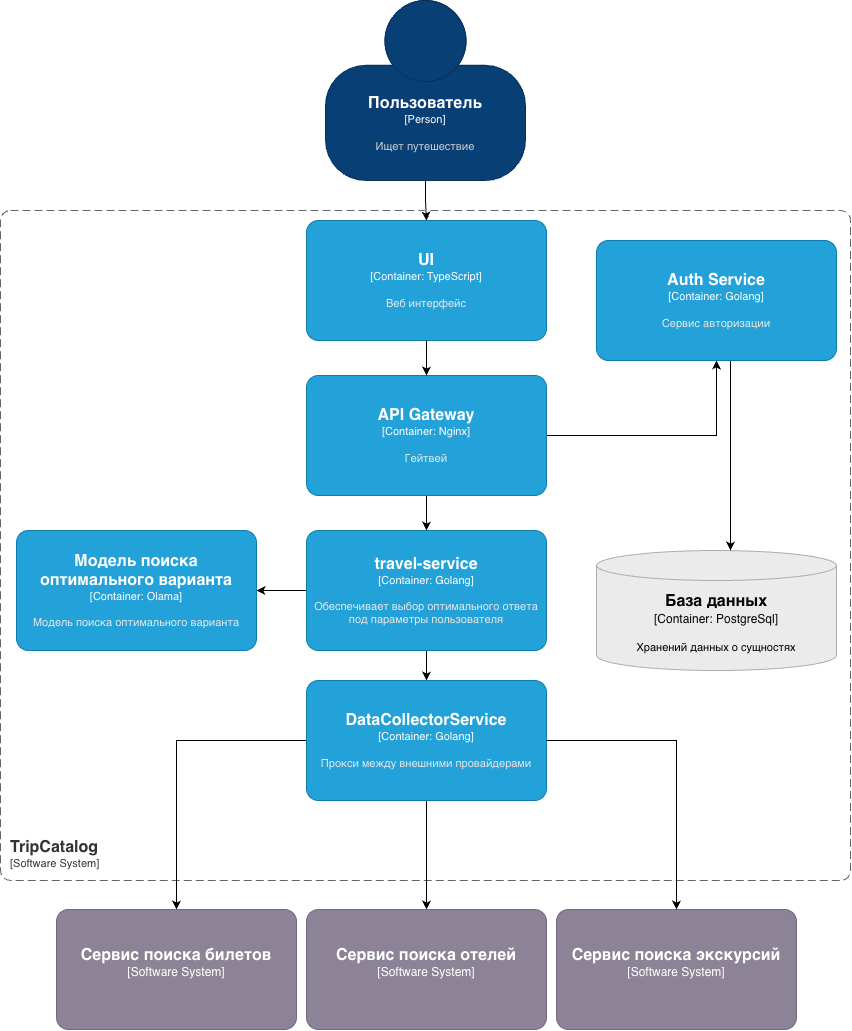
Above: docs/img/C4-l2.png in jur4ikoff/inference-platform (draw.io), before the change. Source tidied: cells renumbered, new cells last; positions are measured from the earlier drawing's top-left corner, leaving out a move shared by most shapes.
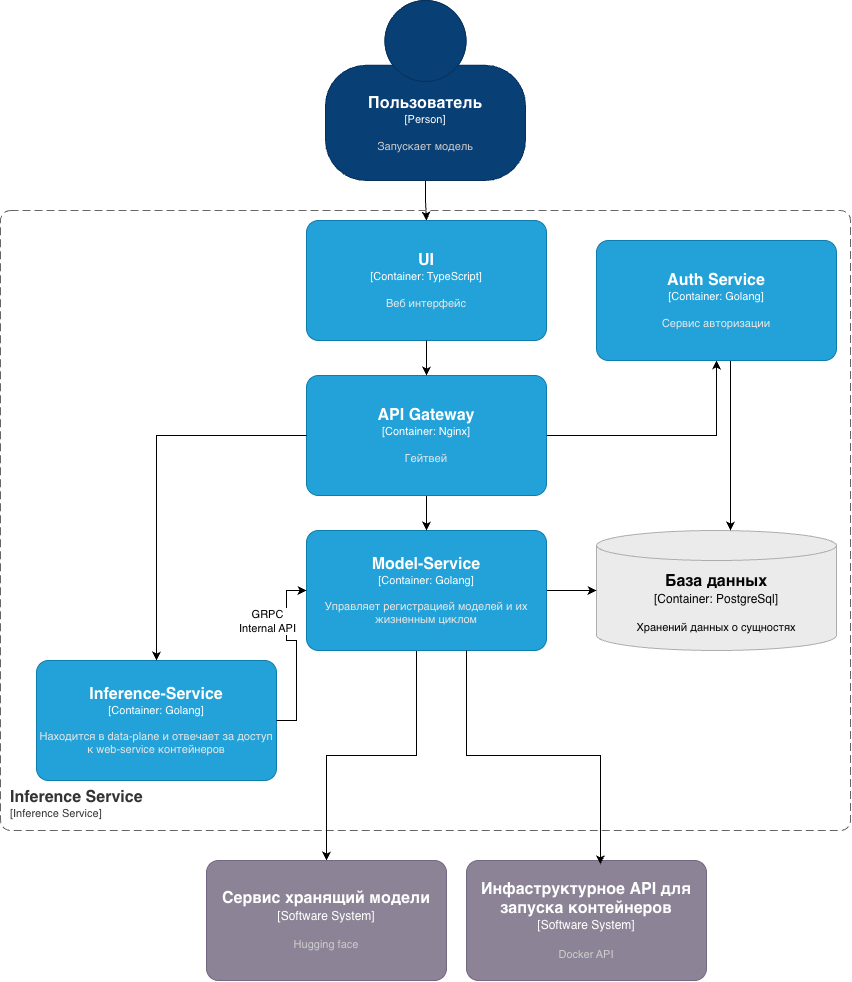
After the commit.

What changed in the source:
```diff
@@ -5,17 +5,17 @@
     <mxCell id="2" style="edgeStyle=orthogonalEdgeStyle;rounded=0;jettySize=auto;html=1;exitX=0.5;exitY=1;exitDx=0;exitDy=0;exitPerimeter=0;entryX=0.5;entryY=0;entryDx=0;entryDy=0;entryPerimeter=0;" parent="1" edge="1" source="5" target="6">
       <mxGeometry relative="1" as="geometry" />
     </mxCell>
-    <object id="3" label="&lt;font style=&quot;font-size: 16px&quot;&gt;&lt;b&gt;&lt;div style=&quot;text-align: left&quot;&gt;%c4Name%&lt;/div&gt;&lt;/b&gt;&lt;/font&gt;&lt;div style=&quot;text-align: left&quot;&gt;[%c4Application%]&lt;/div&gt;" c4Application="Software System" c4Name="TripCatalog" c4Type="SystemScopeBoundary" placeholders="1">
+    <object id="3" label="&lt;font style=&quot;font-size: 16px&quot;&gt;&lt;b&gt;&lt;div style=&quot;text-align: left&quot;&gt;%c4Name%&lt;/div&gt;&lt;/b&gt;&lt;/font&gt;&lt;div style=&quot;text-align: left&quot;&gt;[%c4Application%]&lt;/div&gt;" c4Application="Inference Service" c4Name="Inference Service" c4Type="SystemScopeBoundary" placeholders="1">
       <mxCell style="rounded=1;fontSize=11;whiteSpace=wrap;html=1;dashed=1;arcSize=20;fillColor=none;strokeColor=#666666;fontColor=#333333;labelBackgroundColor=none;align=left;verticalAlign=bottom;labelBorderColor=none;spacingTop=0;spacing=10;dashPattern=8 4;perimeter=rectanglePerimeter;noLabel=0;labelPadding=0;absoluteArcSize=1;" parent="1" vertex="1">
-        <mxGeometry y="210" width="850" height="670" as="geometry" />
+        <mxGeometry y="210" width="850" height="620" as="geometry" />
       </mxCell>
     </object>
     <object id="4" label="&lt;font style=&quot;font-size: 16px&quot;&gt;&lt;b&gt;%c4Name%&lt;/b&gt;&lt;/font&gt;&lt;div&gt;[%c4Type%:&amp;nbsp;%c4Technology%]&lt;/div&gt;&lt;br&gt;&lt;div&gt;&lt;font style=&quot;font-size: 11px&quot;&gt;&lt;font&gt;%c4Description%&lt;/font&gt;&lt;/font&gt;&lt;/div&gt;" c4Description="Хранений данных о сущностях" c4Name="База данных" c4Technology="PostgreSql" c4Type="Container" placeholders="1">
       <mxCell style="shape=cylinder3;size=15;whiteSpace=wrap;html=1;boundedLbl=1;rounded=0;labelBackgroundColor=none;fillColor=#EBEBEB;fontSize=12;fontColor=#050505;align=center;strokeColor=#ADADAD;points=[[0.5,0,0],[1,0.25,0],[1,0.5,0],[1,0.75,0],[0.5,1,0],[0,0.75,0],[0,0.5,0],[0,0.25,0]];" parent="1" vertex="1">
-        <mxGeometry x="596" y="550" width="240" height="120" as="geometry" />
+        <mxGeometry x="596" y="530" width="240" height="120" as="geometry" />
       </mxCell>
     </object>
-    <object id="5" label="&lt;font style=&quot;font-size: 16px&quot;&gt;&lt;b&gt;%c4Name%&lt;/b&gt;&lt;/font&gt;&lt;div&gt;[%c4Type%]&lt;/div&gt;&lt;br&gt;&lt;div&gt;&lt;font style=&quot;font-size: 11px&quot;&gt;&lt;font color=&quot;#cccccc&quot;&gt;%c4Description%&lt;/font&gt;&lt;/div&gt;" c4Description="Ищет путешествие" c4Name="Пользователь" c4Type="Person" placeholders="1">
+    <object id="5" label="&lt;font style=&quot;font-size: 16px&quot;&gt;&lt;b&gt;%c4Name%&lt;/b&gt;&lt;/font&gt;&lt;div&gt;[%c4Type%]&lt;/div&gt;&lt;br&gt;&lt;div&gt;&lt;font style=&quot;font-size: 11px&quot;&gt;&lt;font color=&quot;#cccccc&quot;&gt;%c4Description%&lt;/font&gt;&lt;/div&gt;" c4Description="Запускает модель" c4Name="Пользователь" c4Type="Person" placeholders="1">
       <mxCell style="html=1;fontSize=11;dashed=0;whiteSpace=wrap;fillColor=#083F75;strokeColor=#06315C;fontColor=#ffffff;shape=mxgraph.c4.person2;align=center;points=[[0.5,0,0],[1,0.5,0],[1,0.75,0],[0.75,1,0],[0.5,1,0],[0.25,1,0],[0,0.75,0],[0,0.5,0]];" parent="1" vertex="1">
         <mxGeometry x="325" width="200" height="180" as="geometry" />
       </mxCell>
@@ -25,48 +25,32 @@
         <mxGeometry x="306" y="220" width="240" height="120" as="geometry" />
       </mxCell>
     </object>
-    <mxCell id="7" style="edgeStyle=orthogonalEdgeStyle;rounded=0;jettySize=auto;html=1;" parent="1" edge="1" source="9" target="12">
-      <mxGeometry relative="1" as="geometry" />
-    </mxCell>
-    <mxCell id="8" style="edgeStyle=orthogonalEdgeStyle;rounded=0;jettySize=auto;html=1;" parent="1" edge="1" source="9" target="23">
-      <mxGeometry relative="1" as="geometry" />
-    </mxCell>
+    <mxCell id="24" style="edgeStyle=orthogonalEdgeStyle;rounded=0;jettySize=auto;html=1;" parent="1" edge="1" source="9" target="4">
+      <mxGeometry relative="1" as="geometry" />
+    </mxCell>
+    <mxCell id="25" style="edgeStyle=orthogonalEdgeStyle;rounded=0;jettySize=auto;html=1;" parent="1" edge="1" source="9" target="13">
+      <mxGeometry x="-0.03" relative="1" as="geometry">
+        <Array as="points">
+          <mxPoint x="416" y="755" />
+          <mxPoint x="326" y="755" />
+        </Array>
+      </mxGeometry>
+    </mxCell>
-    <object id="9" label="&lt;font style=&quot;font-size: 16px&quot;&gt;&lt;b&gt;%c4Name%&lt;/b&gt;&lt;/font&gt;&lt;div&gt;[%c4Type%: %c4Technology%]&lt;/div&gt;&lt;br&gt;&lt;div&gt;&lt;font style=&quot;font-size: 11px&quot;&gt;&lt;font color=&quot;#E6E6E6&quot;&gt;%c4Description%&lt;/font&gt;&lt;/div&gt;" c4Description="Обеспечивает выбор оптимального ответа под параметры пользователя" c4Name="travel-service" c4Technology="Golang" c4Type="Container" placeholders="1">
+    <object id="9" label="&lt;font style=&quot;font-size: 16px&quot;&gt;&lt;b&gt;%c4Name%&lt;/b&gt;&lt;/font&gt;&lt;div&gt;[%c4Type%: %c4Technology%]&lt;/div&gt;&lt;br&gt;&lt;div&gt;&lt;font style=&quot;font-size: 11px&quot;&gt;&lt;font color=&quot;#E6E6E6&quot;&gt;%c4Description%&lt;/font&gt;&lt;/div&gt;" c4Description="Управляет регистрацией моделей и их жизненным циклом" c4Name="Model-Service" c4Technology="Golang" c4Type="Container" placeholders="1">
       <mxCell style="rounded=1;whiteSpace=wrap;html=1;fontSize=11;labelBackgroundColor=none;fillColor=#23A2D9;fontColor=#ffffff;align=center;arcSize=10;strokeColor=#0E7DAD;points=[[0.25,0,0],[0.5,0,0],[0.75,0,0],[1,0.25,0],[1,0.5,0],[1,0.75,0],[0.75,1,0],[0.5,1,0],[0.25,1,0],[0,0.75,0],[0,0.5,0],[0,0.25,0]];" parent="1" vertex="1">
         <mxGeometry x="306" y="530" width="240" height="120" as="geometry" />
       </mxCell>
     </object>
-    <mxCell id="10" style="edgeStyle=orthogonalEdgeStyle;rounded=0;jettySize=auto;html=1;" parent="1" edge="1" source="12" target="14">
-      <mxGeometry relative="1" as="geometry">
-        <Array as="points">
-          <mxPoint x="406" y="920" />
-          <mxPoint x="406" y="920" />
-        </Array>
-      </mxGeometry>
-    </mxCell>
-    <mxCell id="11" style="edgeStyle=orthogonalEdgeStyle;rounded=0;jettySize=auto;html=1;" parent="1" edge="1" source="12" target="13">
-      <mxGeometry relative="1" as="geometry" />
-    </mxCell>
-    <object id="12" label="&lt;font style=&quot;font-size: 16px&quot;&gt;&lt;b&gt;%c4Name%&lt;/b&gt;&lt;/font&gt;&lt;div&gt;[%c4Type%: %c4Technology%]&lt;/div&gt;&lt;br&gt;&lt;div&gt;&lt;font style=&quot;font-size: 11px&quot;&gt;&lt;font color=&quot;#E6E6E6&quot;&gt;%c4Description%&lt;/font&gt;&lt;/div&gt;" c4Description="Прокси между внешними провайдерами" c4Name="DataCollectorService" c4Technology="Golang" c4Type="Container" placeholders="1">
-      <mxCell style="rounded=1;whiteSpace=wrap;html=1;fontSize=11;labelBackgroundColor=none;fillColor=#23A2D9;fontColor=#ffffff;align=center;arcSize=10;strokeColor=#0E7DAD;points=[[0.25,0,0],[0.5,0,0],[0.75,0,0],[1,0.25,0],[1,0.5,0],[1,0.75,0],[0.75,1,0],[0.5,1,0],[0.25,1,0],[0,0.75,0],[0,0.5,0],[0,0.25,0]];" parent="1" vertex="1">
-        <mxGeometry x="306" y="680" width="240" height="120" as="geometry" />
-      </mxCell>
-    </object>
-    <object id="13" label="&lt;font style=&quot;font-size: 16px&quot;&gt;&lt;b&gt;%c4Name%&lt;/b&gt;&lt;/font&gt;&lt;div&gt;[%c4Type%]&lt;/div&gt;&lt;br&gt;&lt;div&gt;&lt;font style=&quot;font-size: 11px&quot;&gt;&lt;font color=&quot;#cccccc&quot;&gt;%c4Description%&lt;/font&gt;&lt;/div&gt;" c4Description="" c4Name="Сервис поиска билетов" c4Type="Software System" placeholders="1">
+    <object id="13" label="&lt;font style=&quot;font-size: 16px&quot;&gt;&lt;b&gt;%c4Name%&lt;/b&gt;&lt;/font&gt;&lt;div&gt;[%c4Type%]&lt;/div&gt;&lt;br&gt;&lt;div&gt;&lt;font style=&quot;font-size: 11px&quot;&gt;&lt;font color=&quot;#cccccc&quot;&gt;%c4Description%&lt;/font&gt;&lt;/div&gt;" c4Description="Hugging face" c4Name="Сервис хранящий модели" c4Type="Software System" placeholders="1">
       <mxCell style="rounded=1;whiteSpace=wrap;html=1;labelBackgroundColor=none;fillColor=#8C8496;fontColor=#ffffff;align=center;arcSize=10;strokeColor=#736782;points=[[0.25,0,0],[0.5,0,0],[0.75,0,0],[1,0.25,0],[1,0.5,0],[1,0.75,0],[0.75,1,0],[0.5,1,0],[0.25,1,0],[0,0.75,0],[0,0.5,0],[0,0.25,0]];" parent="1" vertex="1">
-        <mxGeometry x="56" y="909" width="240" height="120" as="geometry" />
+        <mxGeometry x="206" y="860" width="240" height="120" as="geometry" />
       </mxCell>
     </object>
-    <object id="14" label="&lt;font style=&quot;font-size: 16px&quot;&gt;&lt;b&gt;%c4Name%&lt;/b&gt;&lt;/font&gt;&lt;div&gt;[%c4Type%]&lt;/div&gt;&lt;br&gt;&lt;div&gt;&lt;font style=&quot;font-size: 11px&quot;&gt;&lt;font color=&quot;#cccccc&quot;&gt;%c4Description%&lt;/font&gt;&lt;/div&gt;" c4Description="" c4Name="Сервис поиска отелей" c4Type="Software System" placeholders="1">
+    <object id="14" label="&lt;font style=&quot;font-size: 16px&quot;&gt;&lt;b&gt;%c4Name%&lt;/b&gt;&lt;/font&gt;&lt;div&gt;[%c4Type%]&lt;/div&gt;&lt;br&gt;&lt;div&gt;&lt;font style=&quot;font-size: 11px&quot;&gt;&lt;font color=&quot;#cccccc&quot;&gt;%c4Description%&lt;/font&gt;&lt;/div&gt;" c4Description="Docker API" c4Name="Инфаструктурное API для запуска контейнеров" c4Type="Software System" placeholders="1">
       <mxCell style="rounded=1;whiteSpace=wrap;html=1;labelBackgroundColor=none;fillColor=#8C8496;fontColor=#ffffff;align=center;arcSize=10;strokeColor=#736782;points=[[0.25,0,0],[0.5,0,0],[0.75,0,0],[1,0.25,0],[1,0.5,0],[1,0.75,0],[0.75,1,0],[0.5,1,0],[0.25,1,0],[0,0.75,0],[0,0.5,0],[0,0.25,0]];" parent="1" vertex="1">
-        <mxGeometry x="306" y="909" width="240" height="120" as="geometry" />
+        <mxGeometry x="466" y="860" width="240" height="120" as="geometry" />
       </mxCell>
     </object>
-    <object id="15" label="&lt;font style=&quot;font-size: 16px&quot;&gt;&lt;b&gt;%c4Name%&lt;/b&gt;&lt;/font&gt;&lt;div&gt;[%c4Type%]&lt;/div&gt;&lt;br&gt;&lt;div&gt;&lt;font style=&quot;font-size: 11px&quot;&gt;&lt;font color=&quot;#cccccc&quot;&gt;%c4Description%&lt;/font&gt;&lt;/div&gt;" c4Description="" c4Name="Сервис поиска экскурсий" c4Type="Software System" placeholders="1">
-      <mxCell style="rounded=1;whiteSpace=wrap;html=1;labelBackgroundColor=none;fillColor=#8C8496;fontColor=#ffffff;align=center;arcSize=10;strokeColor=#736782;points=[[0.25,0,0],[0.5,0,0],[0.75,0,0],[1,0.25,0],[1,0.5,0],[1,0.75,0],[0.75,1,0],[0.5,1,0],[0.25,1,0],[0,0.75,0],[0,0.5,0],[0,0.25,0]];" parent="1" vertex="1">
-        <mxGeometry x="556" y="909" width="240" height="120" as="geometry" />
-      </mxCell>
-    </object>
     <mxCell id="16" style="edgeStyle=orthogonalEdgeStyle;rounded=0;jettySize=auto;html=1;startArrow=none;startFill=0;" parent="1" edge="1" source="18" target="21">
       <mxGeometry relative="1" as="geometry" />
     </mxCell>
@@ -94,13 +78,29 @@
         <mxGeometry x="596" y="240" width="240" height="120" as="geometry" />
       </mxCell>
     </object>
-    <mxCell id="22" style="edgeStyle=orthogonalEdgeStyle;rounded=0;jettySize=auto;html=1;entryX=0.5;entryY=0;entryDx=0;entryDy=0;entryPerimeter=0;" parent="1" edge="1" source="12" target="15">
-      <mxGeometry relative="1" as="geometry" />
-    </mxCell>
-    <object id="23" label="&lt;font style=&quot;font-size: 16px&quot;&gt;&lt;b&gt;%c4Name%&lt;/b&gt;&lt;/font&gt;&lt;div&gt;[%c4Type%: %c4Technology%]&lt;/div&gt;&lt;br&gt;&lt;div&gt;&lt;font style=&quot;font-size: 11px&quot;&gt;&lt;font color=&quot;#E6E6E6&quot;&gt;%c4Description%&lt;/font&gt;&lt;/div&gt;" c4Description="Модель поиска оптимального варианта" c4Name="Модель поиска оптимального варианта" c4Technology="Olama" c4Type="Container" placeholders="1">
-      <mxCell style="rounded=1;whiteSpace=wrap;html=1;fontSize=11;labelBackgroundColor=none;fillColor=#23A2D9;fontColor=#ffffff;align=center;arcSize=10;strokeColor=#0E7DAD;points=[[0.25,0,0],[0.5,0,0],[0.75,0,0],[1,0.25,0],[1,0.5,0],[1,0.75,0],[0.75,1,0],[0.5,1,0],[0.25,1,0],[0,0.75,0],[0,0.5,0],[0,0.25,0]];" parent="1" vertex="1">
-        <mxGeometry x="16" y="530" width="240" height="120" as="geometry" />
-      </mxCell>
-    </object>
+    <object id="26" label="&lt;font style=&quot;font-size: 16px&quot;&gt;&lt;b&gt;%c4Name%&lt;/b&gt;&lt;/font&gt;&lt;div&gt;[%c4Type%: %c4Technology%]&lt;/div&gt;&lt;br&gt;&lt;div&gt;&lt;font style=&quot;font-size: 11px&quot;&gt;&lt;font color=&quot;#E6E6E6&quot;&gt;%c4Description%&lt;/font&gt;&lt;/div&gt;" c4Description="Находится в data-plane и отвечает за доступ к web-service контейнеров" c4Name="Inference-Service" c4Technology="Golang" c4Type="Container" placeholders="1">
+      <mxCell style="rounded=1;whiteSpace=wrap;html=1;fontSize=11;labelBackgroundColor=none;fillColor=#23A2D9;fontColor=#ffffff;align=center;arcSize=10;strokeColor=#0E7DAD;points=[[0.25,0,0],[0.5,0,0],[0.75,0,0],[1,0.25,0],[1,0.5,0],[1,0.75,0],[0.75,1,0],[0.5,1,0],[0.25,1,0],[0,0.75,0],[0,0.5,0],[0,0.25,0]];" parent="1" vertex="1">
+        <mxGeometry x="36" y="660" width="240" height="120" as="geometry" />
+      </mxCell>
+    </object>
+    <mxCell id="27" style="edgeStyle=orthogonalEdgeStyle;rounded=0;jettySize=auto;html=1;entryX=0.5;entryY=0;entryDx=0;entryDy=0;entryPerimeter=0;" parent="1" edge="1" source="18" target="26">
+      <mxGeometry relative="1" as="geometry" />
+    </mxCell>
+    <mxCell id="28" style="edgeStyle=orthogonalEdgeStyle;rounded=0;jettySize=auto;html=1;entryX=0.558;entryY=0.031;entryDx=0;entryDy=0;entryPerimeter=0;" parent="1" edge="1" source="9" target="14">
+      <mxGeometry x="-0.11" relative="1" as="geometry">
+        <Array as="points">
+          <mxPoint x="466" y="755" />
+          <mxPoint x="599.9" y="755" />
+        </Array>
+      </mxGeometry>
+    </mxCell>
+    <mxCell id="29" style="edgeStyle=orthogonalEdgeStyle;rounded=0;jettySize=auto;html=1;entryX=0;entryY=0.5;entryDx=0;entryDy=0;entryPerimeter=0;" parent="1" edge="1" source="26" target="9">
+      <mxGeometry relative="1" as="geometry" />
+    </mxCell>
+    <mxCell id="30" value="GRPC&lt;div&gt;Internal API&lt;/div&gt;" style="edgeLabel;html=1;align=center;verticalAlign=middle;" parent="29" vertex="1">
+      <mxGeometry x="0.02" y="1" relative="1" as="geometry">
+        <mxPoint x="-29" y="-28" as="offset" />
+      </mxGeometry>
+    </mxCell>
   </root>
 </mxGraphModel>
```
